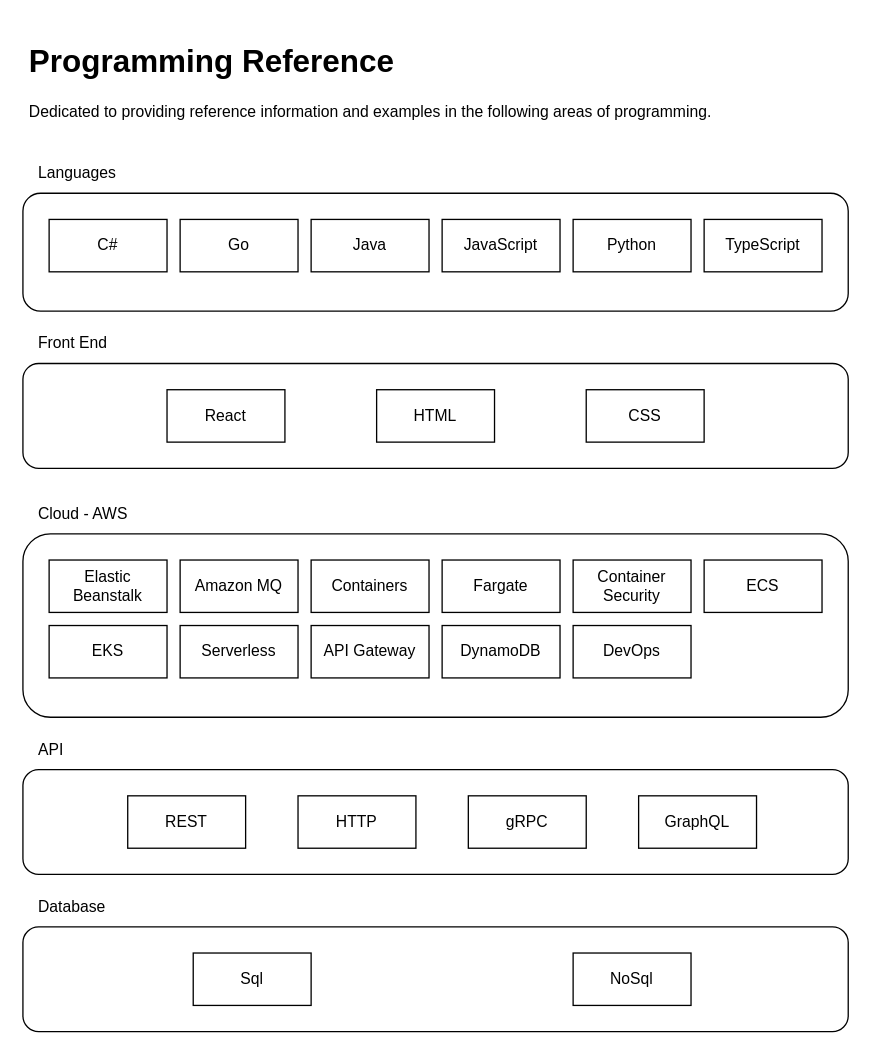
The draw.io diagram assets/Topics.drawio in hoodcodes/hoodcodes.github.io, before the edit. Source tidied: cells renumbered, new cells numbered last; positions are measured from the earlier drawing's top-left corner, leaving out a move shared by most shapes. Both pictures are drawn from the tidied source at 131%, with x=0, y=0 at pixel (22, 35).
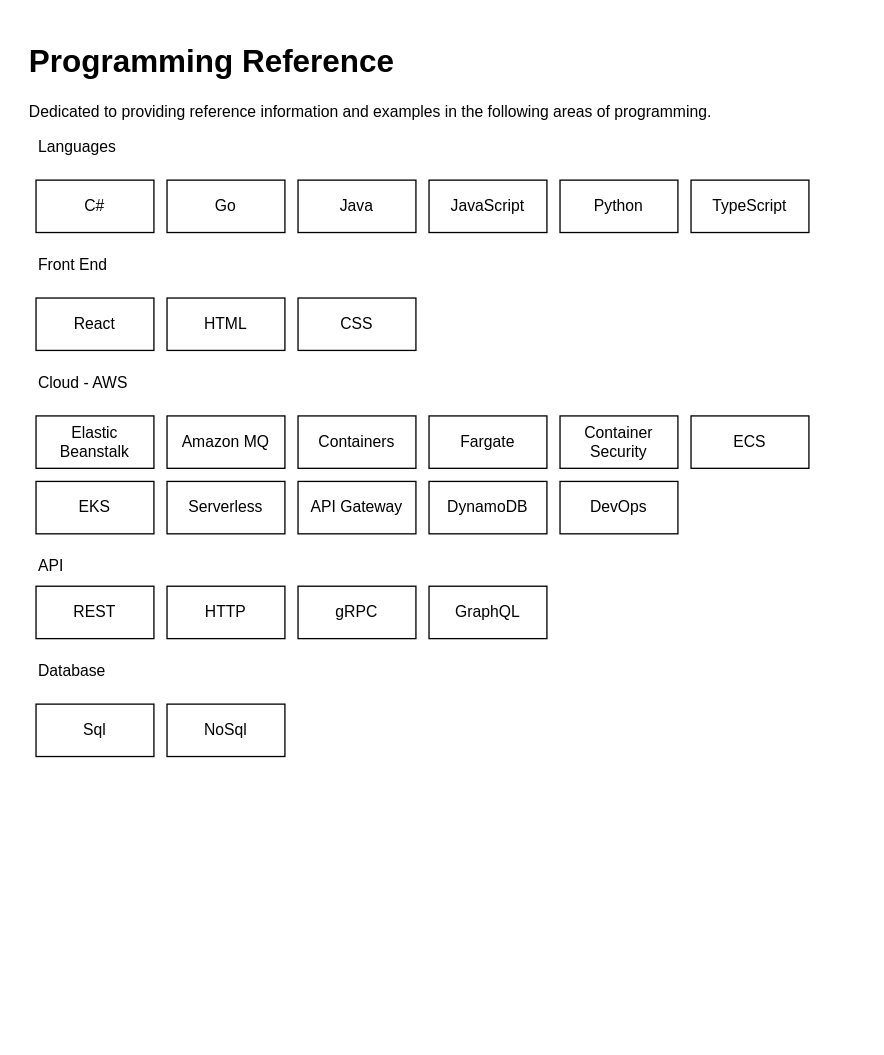
The same page after the edit.

Change to the diagram source:
```diff
@@
-    <mxCell id="2" style="rounded=1;whiteSpace=wrap;html=1;" parent="1" vertex="1">
-      <mxGeometry y="120" width="630" height="90" as="geometry" />
-    </mxCell>
@@
     <mxCell id="4" value="Languages" style="text;html=1;strokeColor=none;fillColor=none;align=left;verticalAlign=middle;whiteSpace=wrap;rounded=0;" parent="1" vertex="1">
-      <mxGeometry x="10" y="90" width="60" height="30" as="geometry" />
+      <mxGeometry x="10" y="70" width="60" height="30" as="geometry" />
     </mxCell>
-    <mxCell id="5" style="rounded=1;whiteSpace=wrap;html=1;" parent="1" vertex="1">
-      <mxGeometry y="560" width="630" height="80" as="geometry" />
-    </mxCell>
     <mxCell id="6" value="REST" style="rounded=0;whiteSpace=wrap;html=1;" parent="1" vertex="1">
-      <mxGeometry x="80" y="580" width="90" height="40" as="geometry" />
+      <mxGeometry x="10" y="420" width="90" height="40" as="geometry" />
     </mxCell>
     <mxCell id="7" value="HTTP" style="rounded=0;whiteSpace=wrap;html=1;" parent="1" vertex="1">
-      <mxGeometry x="210" y="580" width="90" height="40" as="geometry" />
+      <mxGeometry x="110" y="420" width="90" height="40" as="geometry" />
     </mxCell>
     <mxCell id="8" value="gRPC" style="rounded=0;whiteSpace=wrap;html=1;" parent="1" vertex="1">
-      <mxGeometry x="340" y="580" width="90" height="40" as="geometry" />
+      <mxGeometry x="210" y="420" width="90" height="40" as="geometry" />
     </mxCell>
     <mxCell id="9" value="GraphQL" style="rounded=0;whiteSpace=wrap;html=1;" parent="1" vertex="1">
-      <mxGeometry x="470" y="580" width="90" height="40" as="geometry" />
+      <mxGeometry x="310" y="420" width="90" height="40" as="geometry" />
     </mxCell>
     <mxCell id="10" value="C#" style="rounded=0;whiteSpace=wrap;html=1;fontStyle=0;" parent="1" vertex="1">
-      <mxGeometry x="20" y="140" width="90" height="40" as="geometry" />
+      <mxGeometry x="10" y="110" width="90" height="40" as="geometry" />
     </mxCell>
     <mxCell id="11" value="Java" style="rounded=0;whiteSpace=wrap;html=1;fontStyle=0;" parent="1" vertex="1">
-      <mxGeometry x="220" y="140" width="90" height="40" as="geometry" />
+      <mxGeometry x="210" y="110" width="90" height="40" as="geometry" />
     </mxCell>
     <mxCell id="12" value="JavaScript" style="rounded=0;whiteSpace=wrap;html=1;fontStyle=0;" parent="1" vertex="1">
-      <mxGeometry x="320" y="140" width="90" height="40" as="geometry" />
+      <mxGeometry x="310" y="110" width="90" height="40" as="geometry" />
     </mxCell>
     <mxCell id="13" value="Go" style="rounded=0;whiteSpace=wrap;html=1;fontStyle=0;" parent="1" vertex="1">
-      <mxGeometry x="120" y="140" width="90" height="40" as="geometry" />
+      <mxGeometry x="110" y="110" width="90" height="40" as="geometry" />
     </mxCell>
     <mxCell id="14" value="TypeScript" style="rounded=0;whiteSpace=wrap;html=1;fontStyle=0;" parent="1" vertex="1">
-      <mxGeometry x="520" y="140" width="90" height="40" as="geometry" />
+      <mxGeometry x="510" y="110" width="90" height="40" as="geometry" />
     </mxCell>
     <mxCell id="15" value="Python" style="rounded=0;whiteSpace=wrap;html=1;fontStyle=0;" parent="1" vertex="1">
-      <mxGeometry x="420" y="140" width="90" height="40" as="geometry" />
+      <mxGeometry x="410" y="110" width="90" height="40" as="geometry" />
     </mxCell>
     <mxCell id="16" value="API" style="text;html=1;strokeColor=none;fillColor=none;align=left;verticalAlign=middle;whiteSpace=wrap;rounded=0;" parent="1" vertex="1">
-      <mxGeometry x="10" y="530" width="60" height="30" as="geometry" />
+      <mxGeometry x="10" y="390" width="60" height="30" as="geometry" />
     </mxCell>
-    <mxCell id="17" style="rounded=1;whiteSpace=wrap;html=1;" parent="1" vertex="1">
-      <mxGeometry y="380" width="630" height="140" as="geometry" />
-    </mxCell>
     <mxCell id="18" value="Cloud - AWS" style="text;html=1;strokeColor=none;fillColor=none;align=left;verticalAlign=middle;whiteSpace=wrap;rounded=0;" parent="1" vertex="1">
-      <mxGeometry x="10" y="350" width="80" height="30" as="geometry" />
+      <mxGeometry x="10" y="250" width="80" height="30" as="geometry" />
     </mxCell>
-    <mxCell id="19" style="rounded=1;whiteSpace=wrap;html=1;" parent="1" vertex="1">
-      <mxGeometry y="250" width="630" height="80" as="geometry" />
-    </mxCell>
     <mxCell id="20" value="Elastic Beanstalk" style="rounded=0;whiteSpace=wrap;html=1;" parent="1" vertex="1">
-      <mxGeometry x="20" y="400" width="90" height="40" as="geometry" />
+      <mxGeometry x="10" y="290" width="90" height="40" as="geometry" />
     </mxCell>
     <mxCell id="21" value="Amazon MQ" style="rounded=0;whiteSpace=wrap;html=1;" parent="1" vertex="1">
-      <mxGeometry x="120" y="400" width="90" height="40" as="geometry" />
+      <mxGeometry x="110" y="290" width="90" height="40" as="geometry" />
     </mxCell>
     <mxCell id="22" value="Fargate" style="rounded=0;whiteSpace=wrap;html=1;" parent="1" vertex="1">
-      <mxGeometry x="320" y="400" width="90" height="40" as="geometry" />
+      <mxGeometry x="310" y="290" width="90" height="40" as="geometry" />
     </mxCell>
     <mxCell id="23" value="Containers" style="rounded=0;whiteSpace=wrap;html=1;" parent="1" vertex="1">
-      <mxGeometry x="220" y="400" width="90" height="40" as="geometry" />
+      <mxGeometry x="210" y="290" width="90" height="40" as="geometry" />
     </mxCell>
     <mxCell id="24" value="Container Security" style="rounded=0;whiteSpace=wrap;html=1;" parent="1" vertex="1">
-      <mxGeometry x="420" y="400" width="90" height="40" as="geometry" />
+      <mxGeometry x="410" y="290" width="90" height="40" as="geometry" />
     </mxCell>
     <mxCell id="25" value="Front End" style="text;html=1;strokeColor=none;fillColor=none;align=left;verticalAlign=middle;whiteSpace=wrap;rounded=0;" parent="1" vertex="1">
-      <mxGeometry x="10" y="220" width="60" height="30" as="geometry" />
+      <mxGeometry x="10" y="160" width="60" height="30" as="geometry" />
     </mxCell>
-    <mxCell id="26" style="rounded=1;whiteSpace=wrap;html=1;" parent="1" vertex="1">
-      <mxGeometry y="680" width="630" height="80" as="geometry" />
-    </mxCell>
     <mxCell id="27" value="Sql" style="rounded=0;whiteSpace=wrap;html=1;" parent="1" vertex="1">
-      <mxGeometry x="130" y="700" width="90" height="40" as="geometry" />
+      <mxGeometry x="10" y="510" width="90" height="40" as="geometry" />
     </mxCell>
     <mxCell id="28" value="NoSql" style="rounded=0;whiteSpace=wrap;html=1;" parent="1" vertex="1">
-      <mxGeometry x="420" y="700" width="90" height="40" as="geometry" />
+      <mxGeometry x="110" y="510" width="90" height="40" as="geometry" />
     </mxCell>
     <mxCell id="29" value="Database" style="text;html=1;strokeColor=none;fillColor=none;align=left;verticalAlign=middle;whiteSpace=wrap;rounded=0;" parent="1" vertex="1">
-      <mxGeometry x="10" y="650" width="60" height="30" as="geometry" />
+      <mxGeometry x="10" y="470" width="60" height="30" as="geometry" />
     </mxCell>
     <mxCell id="30" value="EKS" style="rounded=0;whiteSpace=wrap;html=1;" parent="1" vertex="1">
-      <mxGeometry x="20" y="450" width="90" height="40" as="geometry" />
+      <mxGeometry x="10" y="340" width="90" height="40" as="geometry" />
     </mxCell>
     <mxCell id="31" value="Serverless" style="rounded=0;whiteSpace=wrap;html=1;" parent="1" vertex="1">
-      <mxGeometry x="120" y="450" width="90" height="40" as="geometry" />
+      <mxGeometry x="110" y="340" width="90" height="40" as="geometry" />
     </mxCell>
     <mxCell id="32" value="API Gateway" style="rounded=0;whiteSpace=wrap;html=1;" parent="1" vertex="1">
-      <mxGeometry x="220" y="450" width="90" height="40" as="geometry" />
+      <mxGeometry x="210" y="340" width="90" height="40" as="geometry" />
     </mxCell>
     <mxCell id="33" value="DevOps" style="rounded=0;whiteSpace=wrap;html=1;" parent="1" vertex="1">
-      <mxGeometry x="420" y="450" width="90" height="40" as="geometry" />
+      <mxGeometry x="410" y="340" width="90" height="40" as="geometry" />
     </mxCell>
     <mxCell id="34" value="DynamoDB" style="rounded=0;whiteSpace=wrap;html=1;" parent="1" vertex="1">
-      <mxGeometry x="320" y="450" width="90" height="40" as="geometry" />
+      <mxGeometry x="310" y="340" width="90" height="40" as="geometry" />
     </mxCell>
     <mxCell id="35" value="React" style="rounded=0;whiteSpace=wrap;html=1;fontStyle=0;" parent="1" vertex="1">
-      <mxGeometry x="110" y="270" width="90" height="40" as="geometry" />
+      <mxGeometry x="10" y="200" width="90" height="40" as="geometry" />
     </mxCell>
     <mxCell id="36" value="ECS" style="rounded=0;whiteSpace=wrap;html=1;" parent="1" vertex="1">
-      <mxGeometry x="520" y="400" width="90" height="40" as="geometry" />
+      <mxGeometry x="510" y="290" width="90" height="40" as="geometry" />
     </mxCell>
     <mxCell id="37" value="HTML" style="rounded=0;whiteSpace=wrap;html=1;fontStyle=0;" parent="1" vertex="1">
-      <mxGeometry x="270" y="270" width="90" height="40" as="geometry" />
+      <mxGeometry x="110" y="200" width="90" height="40" as="geometry" />
     </mxCell>
     <mxCell id="38" value="CSS" style="rounded=0;whiteSpace=wrap;html=1;fontStyle=0;" parent="1" vertex="1">
-      <mxGeometry x="430" y="270" width="90" height="40" as="geometry" />
+      <mxGeometry x="210" y="200" width="90" height="40" as="geometry" />
     </mxCell>
```
